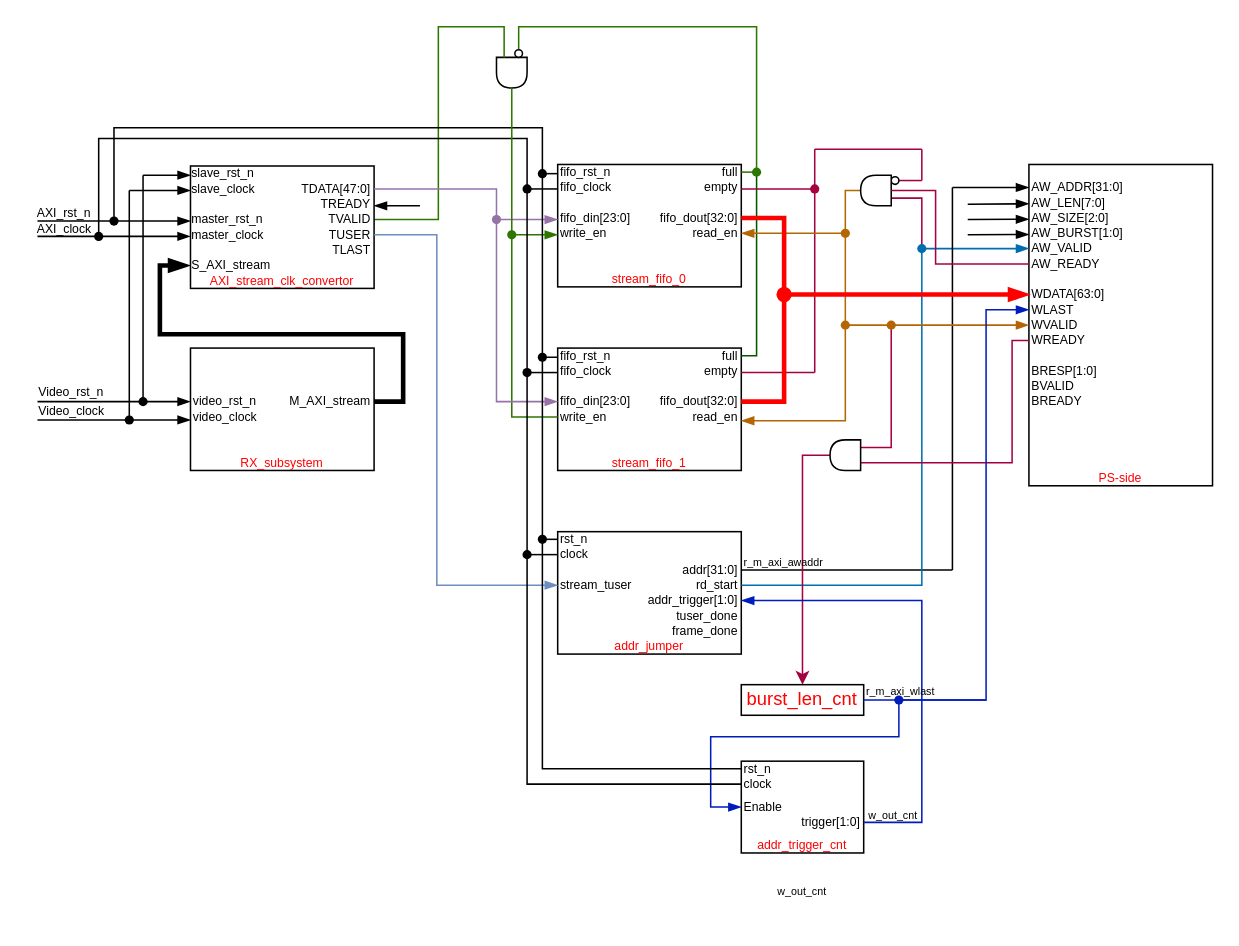
YZchen3467/drawio keeps this draw.io diagram as Our_design/Our_design.drawio. Above is the earlier version. Source tidied: cells renumbered, new cells numbered last; positions are measured from the earlier drawing's top-left corner, leaving out a move shared by most shapes. Both pictures are drawn from the tidied source at 153%, with x=0, y=0 at pixel (34, 26).
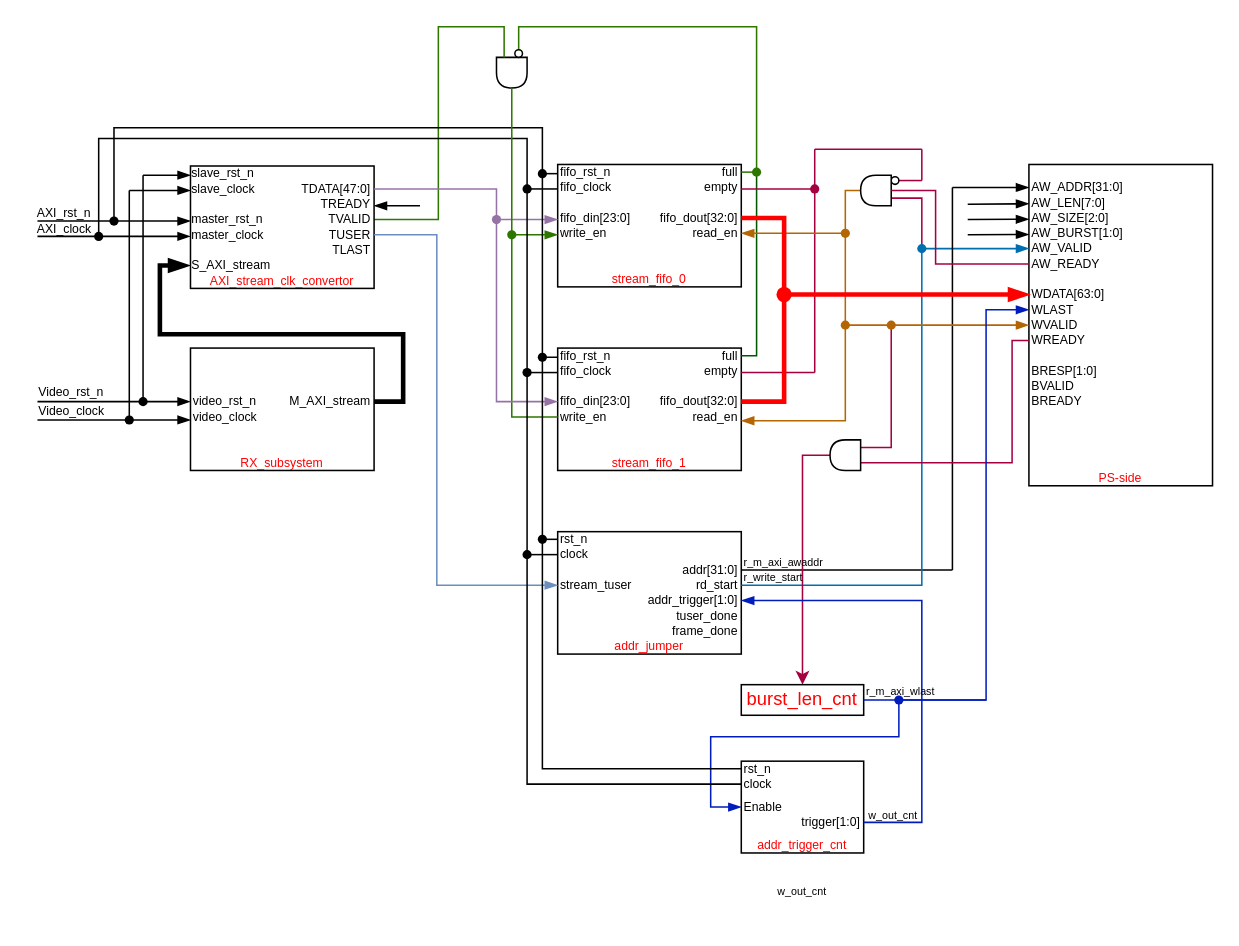
After the change.

Change to the diagram source:
```diff
@@
+    <mxCell id="183" value="r_write_start" style="text;whiteSpace=wrap;fontSize=7;verticalAlign=middle;" parent="1" vertex="1">
+      <mxGeometry x="462" y="355" width="86" height="11" as="geometry" />
+    </mxCell>
```
